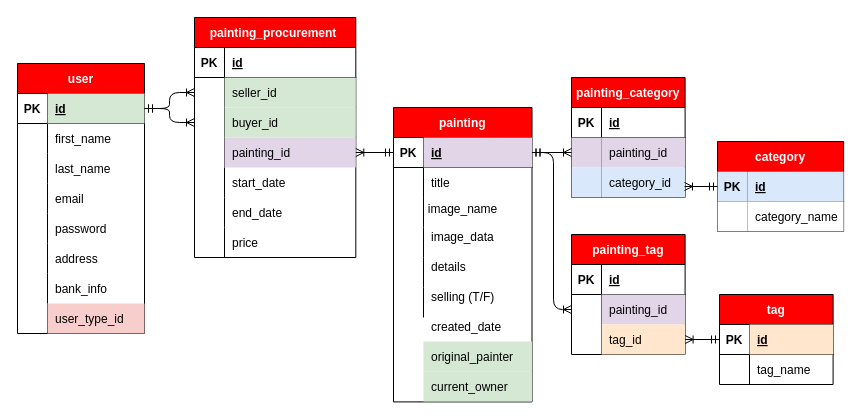
Before: info/file_ecommerce_art_v2.drawio in kthendavid04/gallery, a draw.io diagram. Source tidied: cells renumbered, new cells numbered last; positions are measured from the earlier drawing's top-left corner, leaving out a move shared by most shapes. Both pictures are drawn from the tidied source at 100%, with x=0, y=0 at pixel (17, 17).
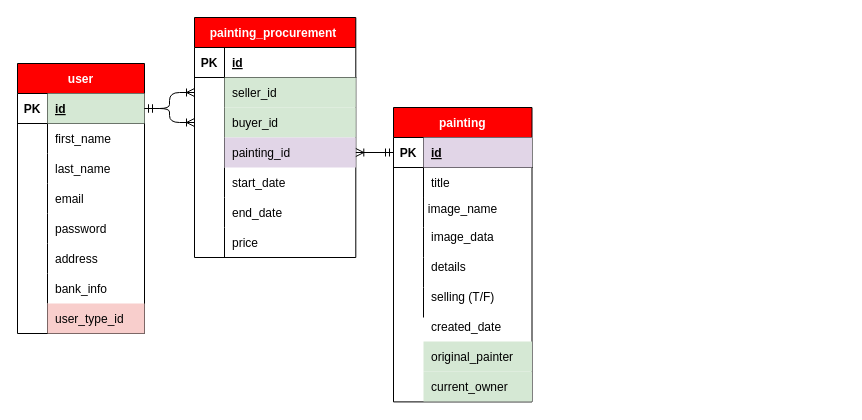
The same page after the edit.

Commit message (it also covers changes not shown here):
Updated production ERD

The change refers to these unchanged cells:
```xml
<mxCell id="50" style="shape=partialRectangle;fillColor=none;top=0;left=0;bottom=1;right=0;points=[[0,0.5],[1,0.5]];portConstraint=eastwest;" parent="49" vertex="1">
  <mxGeometry y="30" width="138.5" height="30" as="geometry" />
</mxCell>
```

The edit, as a diff of the source:
```diff
@@
-    <mxCell id="76" value="tag" style="shape=table;startSize=30;childLayout=tableLayout;rowLines=0;fontStyle=1;align=center;fillColor=#FF0000;fontColor=#FFFFFF;" parent="1" vertex="1">
-      <mxGeometry x="702" y="277" width="113.6" height="90" as="geometry" />
-    </mxCell>
-    <mxCell id="77" style="shape=partialRectangle;fillColor=none;top=0;left=0;bottom=1;right=0;points=[[0,0.5],[1,0.5]];portConstraint=eastwest;" parent="76" vertex="1">
-      <mxGeometry y="30" width="113.6" height="30" as="geometry" />
-    </mxCell>
-    <mxCell id="78" value="PK" style="shape=partialRectangle;fillColor=none;top=0;left=0;bottom=0;right=0;fontStyle=1;overflow=hidden;" parent="77" vertex="1">
-      <mxGeometry width="30" height="30" as="geometry" />
-    </mxCell>
-    <mxCell id="79" value="id" style="shape=partialRectangle;fillColor=#ffe6cc;top=0;left=0;bottom=0;right=0;align=left;spacingLeft=6;fontStyle=5;overflow=hidden;strokeColor=#d79b00;" parent="77" vertex="1">
-      <mxGeometry x="30" width="83.6" height="30" as="geometry" />
-    </mxCell>
-    <mxCell id="80" style="shape=partialRectangle;fillColor=none;top=0;left=0;bottom=0;right=0;" parent="76" vertex="1">
-      <mxGeometry y="60" width="113.6" height="30" as="geometry" />
-    </mxCell>
-    <mxCell id="81" style="shape=partialRectangle;fillColor=none;top=0;left=0;bottom=0;right=0;overflow=hidden;" parent="80" vertex="1">
-      <mxGeometry width="30" height="30" as="geometry" />
-    </mxCell>
-    <mxCell id="82" value="tag_name" style="shape=partialRectangle;fillColor=none;top=0;left=0;bottom=0;right=0;align=left;spacingLeft=6;overflow=hidden;" parent="80" vertex="1">
-      <mxGeometry x="30" width="83.6" height="30" as="geometry" />
-    </mxCell>
-    <mxCell id="83" value="painting_tag" style="shape=table;startSize=30;childLayout=tableLayout;rowLines=0;fontStyle=1;align=center;fillColor=#FF0000;fontColor=#FFFFFF;" parent="1" vertex="1">
-      <mxGeometry x="554" y="217" width="113.6" height="120" as="geometry" />
-    </mxCell>
-    <mxCell id="84" style="shape=partialRectangle;fillColor=none;top=0;left=0;bottom=1;right=0;" parent="83" vertex="1">
-      <mxGeometry y="30" width="113.6" height="30" as="geometry" />
-    </mxCell>
-    <mxCell id="85" value="PK" style="shape=partialRectangle;fillColor=none;top=0;left=0;bottom=0;right=0;fontStyle=1;overflow=hidden;" parent="84" vertex="1">
-      <mxGeometry width="30" height="30" as="geometry" />
-    </mxCell>
-    <mxCell id="86" value="id" style="shape=partialRectangle;top=0;left=0;bottom=0;right=0;align=left;spacingLeft=6;fontStyle=5;overflow=hidden;fillColor=none;" parent="84" vertex="1">
-      <mxGeometry x="30" width="83.6" height="30" as="geometry" />
-    </mxCell>
-    <mxCell id="87" style="shape=partialRectangle;fillColor=none;top=0;left=0;bottom=0;right=0;points=[[0,0.5],[1,0.5]];portConstraint=eastwest;" parent="83" vertex="1">
-      <mxGeometry y="60" width="113.6" height="30" as="geometry" />
-    </mxCell>
-    <mxCell id="88" style="shape=partialRectangle;fillColor=none;top=0;left=0;bottom=0;right=0;overflow=hidden;" parent="87" vertex="1">
-      <mxGeometry width="30" height="30" as="geometry" />
-    </mxCell>
-    <mxCell id="89" value="painting_id" style="shape=partialRectangle;fillColor=#e1d5e7;top=0;left=0;bottom=0;right=0;align=left;spacingLeft=6;overflow=hidden;strokeColor=#9673a6;" parent="87" vertex="1">
-      <mxGeometry x="30" width="83.6" height="30" as="geometry" />
-    </mxCell>
-    <mxCell id="90" style="shape=partialRectangle;fillColor=none;top=0;left=0;bottom=0;right=0;points=[[0,0.5],[1,0.5]];portConstraint=eastwest;" parent="83" vertex="1">
-      <mxGeometry y="90" width="113.6" height="30" as="geometry" />
-    </mxCell>
-    <mxCell id="91" style="shape=partialRectangle;fillColor=none;top=0;left=0;bottom=0;right=0;overflow=hidden;" parent="90" vertex="1">
-      <mxGeometry width="30" height="30" as="geometry" />
-    </mxCell>
-    <mxCell id="92" value="tag_id" style="shape=partialRectangle;fillColor=#ffe6cc;top=0;left=0;bottom=0;right=0;align=left;spacingLeft=6;overflow=hidden;strokeColor=#d79b00;" parent="90" vertex="1">
-      <mxGeometry x="30" width="83.6" height="30" as="geometry" />
-    </mxCell>
-    <mxCell id="93" style="fontSize=12;html=1;endArrow=ERoneToMany;startArrow=ERmandOne;edgeStyle=orthogonalEdgeStyle;" parent="1" edge="1" source="77" target="90">
-      <mxGeometry relative="1" as="geometry" />
-    </mxCell>
-    <mxCell id="94" style="fontSize=12;html=1;endArrow=ERoneToMany;startArrow=ERmandOne;exitX=1;exitY=0.5;exitDx=0;exitDy=0;entryX=0;entryY=0.5;entryDx=0;entryDy=0;edgeStyle=elbowEdgeStyle;" parent="1" edge="1" source="50" target="87">
-      <mxGeometry relative="1" as="geometry">
-        <Array as="points">
-          <mxPoint x="536" y="213" />
-        </Array>
-      </mxGeometry>
-    </mxCell>
-    <mxCell id="95" value="painting_category" style="shape=table;startSize=30;childLayout=tableLayout;rowLines=0;fontStyle=1;align=center;fillColor=#FF0000;fontColor=#FFFFFF;" parent="1" vertex="1">
-      <mxGeometry x="554" y="60" width="113.6" height="120" as="geometry" />
-    </mxCell>
-    <mxCell id="96" style="shape=partialRectangle;fillColor=none;top=0;left=0;bottom=1;right=0;" parent="95" vertex="1">
-      <mxGeometry y="30" width="113.6" height="30" as="geometry" />
-    </mxCell>
-    <mxCell id="97" value="PK" style="shape=partialRectangle;fillColor=none;top=0;left=0;bottom=0;right=0;fontStyle=1;overflow=hidden;" parent="96" vertex="1">
-      <mxGeometry width="30" height="30" as="geometry" />
-    </mxCell>
-    <mxCell id="98" value="id" style="shape=partialRectangle;top=0;left=0;bottom=0;right=0;align=left;spacingLeft=6;fontStyle=5;overflow=hidden;labelBorderColor=none;dashed=1;fillColor=none;" parent="96" vertex="1">
-      <mxGeometry x="30" width="83.6" height="30" as="geometry" />
-    </mxCell>
-    <mxCell id="99" style="shape=partialRectangle;fillColor=none;top=0;left=0;bottom=0;right=0;points=[[0,0.5],[1,0.5]];portConstraint=eastwest;" parent="95" vertex="1">
-      <mxGeometry y="60" width="113.6" height="30" as="geometry" />
-    </mxCell>
-    <mxCell id="100" style="shape=partialRectangle;fillColor=#e1d5e7;top=0;left=0;bottom=0;right=0;overflow=hidden;strokeColor=#9673a6;" parent="99" vertex="1">
-      <mxGeometry width="30" height="30" as="geometry" />
-    </mxCell>
-    <mxCell id="101" value="painting_id" style="shape=partialRectangle;fillColor=#e1d5e7;top=0;left=0;bottom=0;right=0;align=left;spacingLeft=6;overflow=hidden;strokeColor=#9673a6;" parent="99" vertex="1">
-      <mxGeometry x="30" width="83.6" height="30" as="geometry" />
-    </mxCell>
-    <mxCell id="102" style="shape=partialRectangle;fillColor=none;top=0;left=0;bottom=0;right=0;points=[[0,0.5],[1,0.5]];portConstraint=eastwest;" parent="95" vertex="1">
-      <mxGeometry y="90" width="113.6" height="30" as="geometry" />
-    </mxCell>
-    <mxCell id="103" style="shape=partialRectangle;fillColor=#dae8fc;top=0;left=0;bottom=0;right=0;overflow=hidden;strokeColor=#6c8ebf;" parent="102" vertex="1">
-      <mxGeometry width="30" height="30" as="geometry" />
-    </mxCell>
-    <mxCell id="104" value="category_id" style="shape=partialRectangle;fillColor=#dae8fc;top=0;left=0;bottom=0;right=0;align=left;spacingLeft=6;overflow=hidden;strokeColor=#6c8ebf;" parent="102" vertex="1">
-      <mxGeometry x="30" width="83.6" height="30" as="geometry" />
-    </mxCell>
-    <mxCell id="105" style="fontSize=12;html=1;endArrow=ERoneToMany;startArrow=ERmandOne;exitX=1;exitY=0.5;exitDx=0;exitDy=0;entryX=0;entryY=0.5;entryDx=0;entryDy=0;edgeStyle=orthogonalEdgeStyle;" parent="1" edge="1" source="50" target="99">
-      <mxGeometry relative="1" as="geometry" />
-    </mxCell>
-    <mxCell id="106" value="category" style="shape=table;startSize=30;childLayout=tableLayout;rowLines=0;fontStyle=1;align=center;fillColor=#FF0000;fontColor=#FFFFFF;" parent="1" vertex="1">
-      <mxGeometry x="700" y="124" width="126.1" height="90" as="geometry" />
-    </mxCell>
-    <mxCell id="107" style="shape=partialRectangle;fillColor=none;top=0;left=0;bottom=1;right=0;points=[[0,0.5],[1,0.5]];portConstraint=eastwest;" parent="106" vertex="1">
-      <mxGeometry y="30" width="126.1" height="30" as="geometry" />
-    </mxCell>
-    <mxCell id="108" value="PK" style="shape=partialRectangle;top=0;left=0;bottom=0;right=0;fontStyle=1;overflow=hidden;fillColor=#dae8fc;" parent="107" vertex="1">
-      <mxGeometry width="30" height="30" as="geometry" />
-    </mxCell>
-    <mxCell id="109" value="id" style="shape=partialRectangle;top=0;left=0;bottom=0;right=0;align=left;spacingLeft=6;fontStyle=5;overflow=hidden;fillColor=#dae8fc;strokeColor=#6c8ebf;" parent="107" vertex="1">
-      <mxGeometry x="30" width="96.1" height="30" as="geometry" />
-    </mxCell>
-    <mxCell id="110" style="shape=partialRectangle;fillColor=none;top=0;left=0;bottom=0;right=0;" parent="106" vertex="1">
-      <mxGeometry y="60" width="126.1" height="30" as="geometry" />
-    </mxCell>
-    <mxCell id="111" style="shape=partialRectangle;top=0;left=0;bottom=0;right=0;overflow=hidden;" parent="110" vertex="1">
-      <mxGeometry width="30" height="30" as="geometry" />
-    </mxCell>
-    <mxCell id="112" value="category_name" style="shape=partialRectangle;top=0;left=0;bottom=0;right=0;align=left;spacingLeft=6;overflow=hidden;" parent="110" vertex="1">
-      <mxGeometry x="30" width="96.1" height="30" as="geometry" />
-    </mxCell>
-    <mxCell id="113" style="fontSize=12;html=1;endArrow=ERoneToMany;startArrow=ERmandOne;exitX=0;exitY=0.5;exitDx=0;exitDy=0;entryX=0.995;entryY=0.633;entryDx=0;entryDy=0;entryPerimeter=0;edgeStyle=orthogonalEdgeStyle;" parent="1" edge="1" source="107" target="102">
-      <mxGeometry relative="1" as="geometry" />
-    </mxCell>
```
